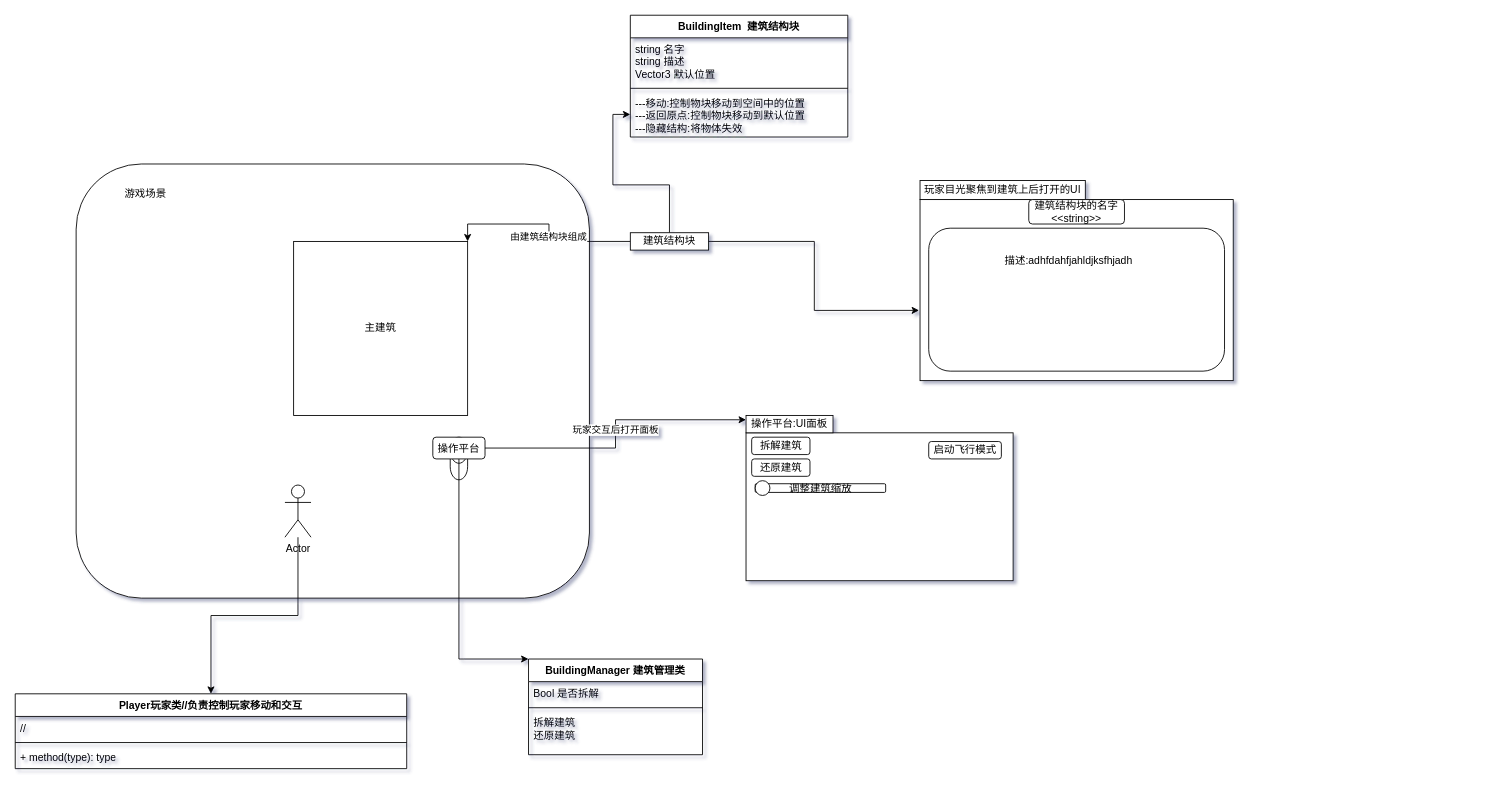
Above: page "主场景" (2 of 3) of 佛山寺.drawio in XDIOEZ/FoGS (draw.io), before the change. Source tidied: cells renumbered, new cells numbered last; positions are measured from the earlier drawing's top-left corner, leaving out a move shared by most shapes. Both pictures are drawn from the tidied source at 87%, with x=0, y=0 at pixel (15, 15).
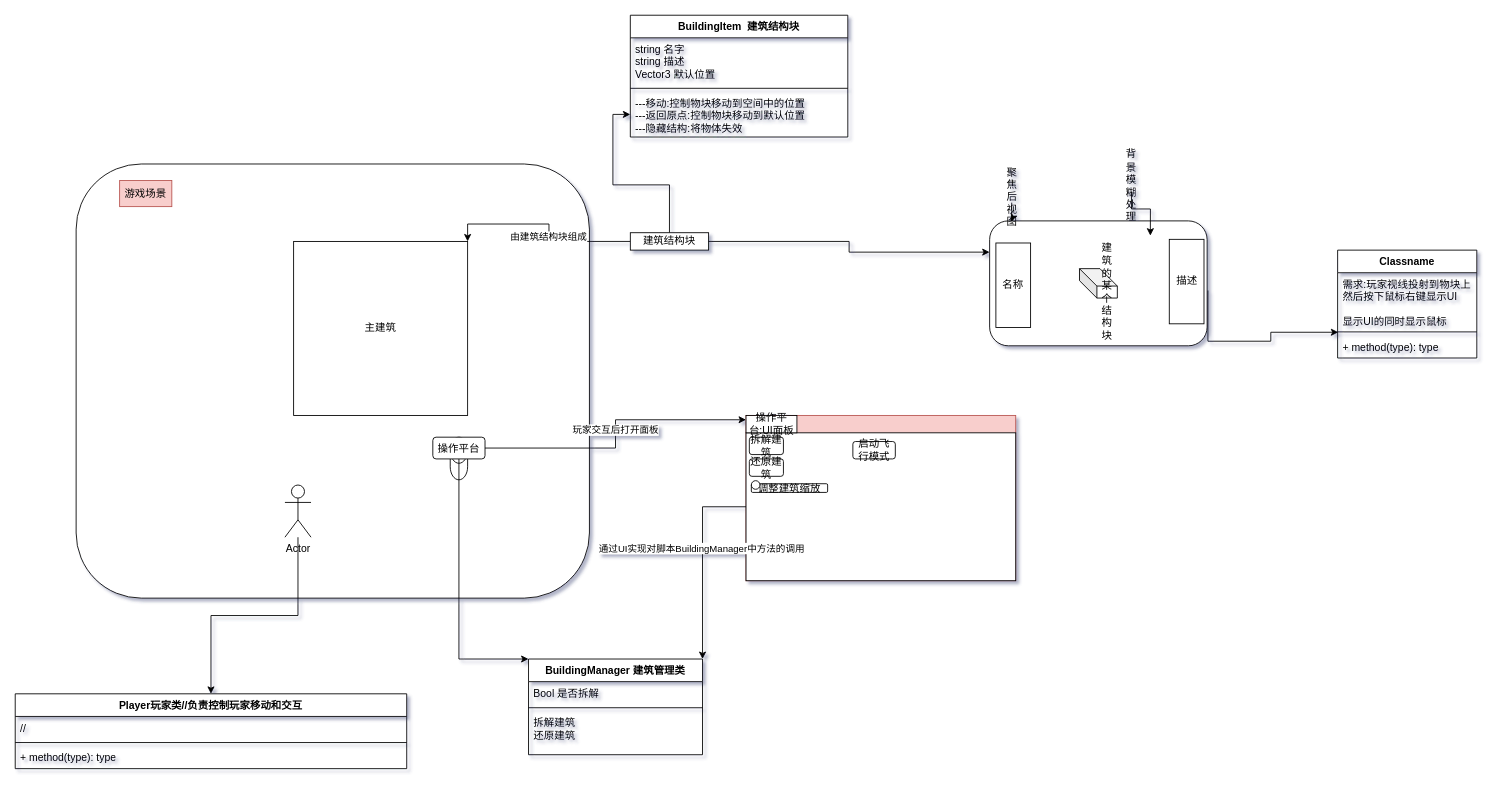
After the change.

Unchanged cells that the change refers to:
```xml
<mxCell id="2" style="group;" parent="1" vertex="1">
  <mxGeometry x="70" y="171" width="590" height="499" as="geometry" />
</mxCell>
<mxCell id="11" value="建筑结构块" style="rounded=0;whiteSpace=wrap;html=1;" parent="1" vertex="1">
  <mxGeometry x="707" y="250" width="90" height="20" as="geometry" />
</mxCell>
<mxCell id="24" value="BuildingManager 建筑管理类" style="swimlane;fontStyle=1;align=center;verticalAlign=top;horizontal=1;startSize=26;whiteSpace=wrap;html=1;" parent="1" vertex="1">
  <mxGeometry x="590" y="740" width="200" height="110" as="geometry" />
</mxCell>
```

Change to the diagram source:
```diff
@@
-    <mxCell id="4" value="游戏场景" style="text;html=1;align=center;verticalAlign=middle;whiteSpace=wrap;rounded=0;" parent="2" vertex="1">
+    <mxCell id="4" value="游戏场景" style="text;html=1;align=center;verticalAlign=middle;whiteSpace=wrap;rounded=0;fillColor=#f8cecc;strokeColor=#b85450;" parent="2" vertex="1">
       <mxGeometry x="50" y="19" width="60" height="30" as="geometry" />
     </mxCell>
@@
-    <mxCell id="15" style="group;" parent="1" vertex="1">
-      <mxGeometry x="840" y="460" width="307" height="190" as="geometry" />
+    <mxCell id="15" style="group;fillColor=#f8cecc;strokeColor=#b85450;" parent="1" vertex="1">
+      <mxGeometry x="840" y="460" width="310" height="190" as="geometry" />
     </mxCell>
     <mxCell id="16" style="rounded=0;whiteSpace=wrap;html=1;" parent="15" vertex="1">
-      <mxGeometry y="20" width="307" height="170" as="geometry" />
+      <mxGeometry y="20" width="310" height="170" as="geometry" />
     </mxCell>
     <mxCell id="17" value="操作平台:UI面板" style="rounded=0;whiteSpace=wrap;html=1;" parent="15" vertex="1">
-      <mxGeometry width="100" height="20" as="geometry" />
+      <mxGeometry width="58.5" height="20" as="geometry" />
     </mxCell>
     <mxCell id="18" value="拆解建筑" style="rounded=1;whiteSpace=wrap;html=1;" parent="15" vertex="1">
-      <mxGeometry x="6.5" y="25" width="67" height="20" as="geometry" />
+      <mxGeometry x="3.8" y="25" width="39.2" height="20" as="geometry" />
     </mxCell>
     <mxCell id="19" value="还原建筑" style="rounded=1;whiteSpace=wrap;html=1;" parent="15" vertex="1">
-      <mxGeometry x="6.5" y="50" width="67" height="20" as="geometry" />
+      <mxGeometry x="3.8" y="50" width="39.2" height="20" as="geometry" />
     </mxCell>
     <mxCell id="20" value="启动飞行模式" style="rounded=1;whiteSpace=wrap;html=1;" parent="15" vertex="1">
-      <mxGeometry x="210" y="30" width="83.5" height="20" as="geometry" />
+      <mxGeometry x="122.8" y="30" width="48.8" height="20" as="geometry" />
     </mxCell>
     <mxCell id="21" style="group;" parent="15" vertex="1">
-      <mxGeometry x="6.5" y="70" width="154" height="27" as="geometry" />
+      <mxGeometry x="3.8" y="70" width="90.1" height="27" as="geometry" />
     </mxCell>
     <mxCell id="22" value="调整建筑缩放" style="rounded=1;whiteSpace=wrap;html=1;" parent="21" vertex="1">
-      <mxGeometry x="4" y="8.5" width="150" height="10" as="geometry" />
+      <mxGeometry x="2.3" y="8.5" width="87.7" height="10" as="geometry" />
     </mxCell>
     <mxCell id="23" style="ellipse;whiteSpace=wrap;html=1;" parent="21" vertex="1">
-      <mxGeometry x="4" y="5" width="17" height="17" as="geometry" />
+      <mxGeometry x="2.3" y="5" width="9.9" height="9.9" as="geometry" />
     </mxCell>
@@
-    <mxCell id="28" style="edgeStyle=orthogonalEdgeStyle;rounded=0;jettySize=auto;html=1;entryX=-0.003;entryY=0.612;entryDx=0;entryDy=0;entryPerimeter=0;" parent="1" edge="1" source="11" target="34">
+    <mxCell id="28" style="edgeStyle=orthogonalEdgeStyle;rounded=0;jettySize=auto;html=1;entryX=0;entryY=0.25;entryDx=0;entryDy=0;" parent="1" edge="1" source="11" target="53">
       <mxGeometry relative="1" as="geometry" />
     </mxCell>
@@
-    <mxCell id="33" style="group;" parent="1" vertex="1">
-      <mxGeometry x="1040" y="190" width="360" height="230" as="geometry" />
-    </mxCell>
-    <mxCell id="34" style="rounded=0;whiteSpace=wrap;html=1;" parent="33" vertex="1">
-      <mxGeometry y="21.9" width="360" height="208.1" as="geometry" />
-    </mxCell>
-    <mxCell id="35" value="玩家目光聚焦到建筑上后打开的UI" style="rounded=0;whiteSpace=wrap;html=1;" parent="33" vertex="1">
-      <mxGeometry width="190" height="21.9" as="geometry" />
-    </mxCell>
-    <mxCell id="36" value="建筑结构块的名字&amp;lt;&amp;lt;string&amp;gt;&amp;gt;" style="rounded=1;whiteSpace=wrap;html=1;" parent="33" vertex="1">
-      <mxGeometry x="125" y="21.9" width="110" height="28.1" as="geometry" />
-    </mxCell>
-    <mxCell id="37" style="rounded=1;whiteSpace=wrap;html=1;" parent="33" vertex="1">
-      <mxGeometry x="10" y="54.8" width="340" height="164.3" as="geometry" />
-    </mxCell>
-    <mxCell id="38" value="描述:adhfdahfjahldjksfhjadh" style="text;html=1;align=center;verticalAlign=middle;whiteSpace=wrap;rounded=0;" parent="33" vertex="1">
-      <mxGeometry x="22" y="65.7" width="298" height="54.8" as="geometry" />
-    </mxCell>
@@
+    <mxCell id="45" style="edgeStyle=orthogonalEdgeStyle;rounded=0;jettySize=auto;html=1;entryX=1;entryY=0;entryDx=0;entryDy=0;" parent="1" edge="1" source="16" target="24">
+      <mxGeometry relative="1" as="geometry" />
+    </mxCell>
+    <mxCell id="46" value="通过UI实现对脚本BuildingManager中方法的调用" style="edgeLabel;html=1;align=center;verticalAlign=middle;" parent="45" vertex="1">
+      <mxGeometry x="-0.14" y="-2" relative="1" as="geometry" />
+    </mxCell>
+    <mxCell id="47" value="Classname" style="swimlane;fontStyle=1;align=center;verticalAlign=top;horizontal=1;startSize=26;whiteSpace=wrap;html=1;" parent="1" vertex="1">
+      <mxGeometry x="1520" y="270" width="160" height="124" as="geometry" />
+    </mxCell>
+    <mxCell id="48" value="需求:玩家视线投射到物块上然后按下鼠标右键显示UI&lt;div&gt;&lt;br&gt;&lt;/div&gt;&lt;div&gt;显示UI的同时显示鼠标&lt;/div&gt;" style="text;strokeColor=none;fillColor=none;align=left;verticalAlign=top;spacingLeft=4;spacingRight=4;overflow=hidden;whiteSpace=wrap;html=1;" parent="47" vertex="1">
+      <mxGeometry y="26" width="160" height="64" as="geometry" />
+    </mxCell>
+    <mxCell id="49" style="line;strokeWidth=1;fillColor=none;align=left;verticalAlign=middle;spacingTop=-1;spacingLeft=3;spacingRight=3;labelPosition=right;strokeColor=inherit;" parent="47" vertex="1">
+      <mxGeometry y="90" width="160" height="8" as="geometry" />
+    </mxCell>
+    <mxCell id="50" value="+ method(type): type" style="text;strokeColor=none;fillColor=none;align=left;verticalAlign=top;spacingLeft=4;spacingRight=4;overflow=hidden;points=[[0,0.5],[1,0.5]];portConstraint=eastwest;whiteSpace=wrap;html=1;" parent="47" vertex="1">
+      <mxGeometry y="98" width="160" height="26" as="geometry" />
+    </mxCell>
+    <mxCell id="51" style="edgeStyle=orthogonalEdgeStyle;rounded=0;jettySize=auto;html=1;entryX=0.005;entryY=-0.138;entryDx=0;entryDy=0;entryPerimeter=0;exitX=1.114;exitY=0.605;exitDx=0;exitDy=0;exitPerimeter=0;" parent="1" edge="1" source="56" target="50">
+      <mxGeometry relative="1" as="geometry" />
+    </mxCell>
+    <mxCell id="52" style="group;" parent="1" vertex="1">
+      <mxGeometry x="1120" y="190" width="250" height="190" as="geometry" />
+    </mxCell>
+    <mxCell id="53" style="rounded=1;whiteSpace=wrap;html=1;" parent="52" vertex="1">
+      <mxGeometry y="46.4" width="250" height="143.6" as="geometry" />
+    </mxCell>
+    <mxCell id="54" value="建筑的某个结构块" style="shape=cube;whiteSpace=wrap;html=1;boundedLbl=1;backgroundOutline=1;darkOpacity=0.05;darkOpacity2=0.1;" parent="52" vertex="1">
+      <mxGeometry x="103.3" y="101.3" width="43.5" height="33.8" as="geometry" />
+    </mxCell>
+    <mxCell id="55" value="名称" style="html=1;whiteSpace=wrap;" parent="52" vertex="1">
+      <mxGeometry x="7.2" y="71.8" width="39.9" height="97.1" as="geometry" />
+    </mxCell>
+    <mxCell id="56" value="描述" style="html=1;whiteSpace=wrap;" parent="52" vertex="1">
+      <mxGeometry x="206.5" y="67.6" width="39.9" height="97.1" as="geometry" />
+    </mxCell>
+    <mxCell id="57" value="背景模糊处理" style="text;html=1;align=center;verticalAlign=middle;whiteSpace=wrap;rounded=0;" parent="52" vertex="1">
+      <mxGeometry x="152.2" width="21.7" height="12.7" as="geometry" />
+    </mxCell>
+    <mxCell id="58" style="edgeStyle=orthogonalEdgeStyle;rounded=0;jettySize=auto;html=1;entryX=0.739;entryY=0.118;entryDx=0;entryDy=0;entryPerimeter=0;" parent="52" edge="1" source="57" target="53">
+      <mxGeometry relative="1" as="geometry" />
+    </mxCell>
+    <mxCell id="59" value="聚焦后视图" style="text;html=1;align=center;verticalAlign=middle;whiteSpace=wrap;rounded=0;" parent="52" vertex="1">
+      <mxGeometry x="14.5" y="12.7" width="21.7" height="12.7" as="geometry" />
+    </mxCell>
+    <mxCell id="60" style="edgeStyle=orthogonalEdgeStyle;rounded=0;jettySize=auto;html=1;entryX=0.099;entryY=0.003;entryDx=0;entryDy=0;entryPerimeter=0;" parent="52" edge="1" source="59" target="53">
+      <mxGeometry relative="1" as="geometry" />
+    </mxCell>
```
